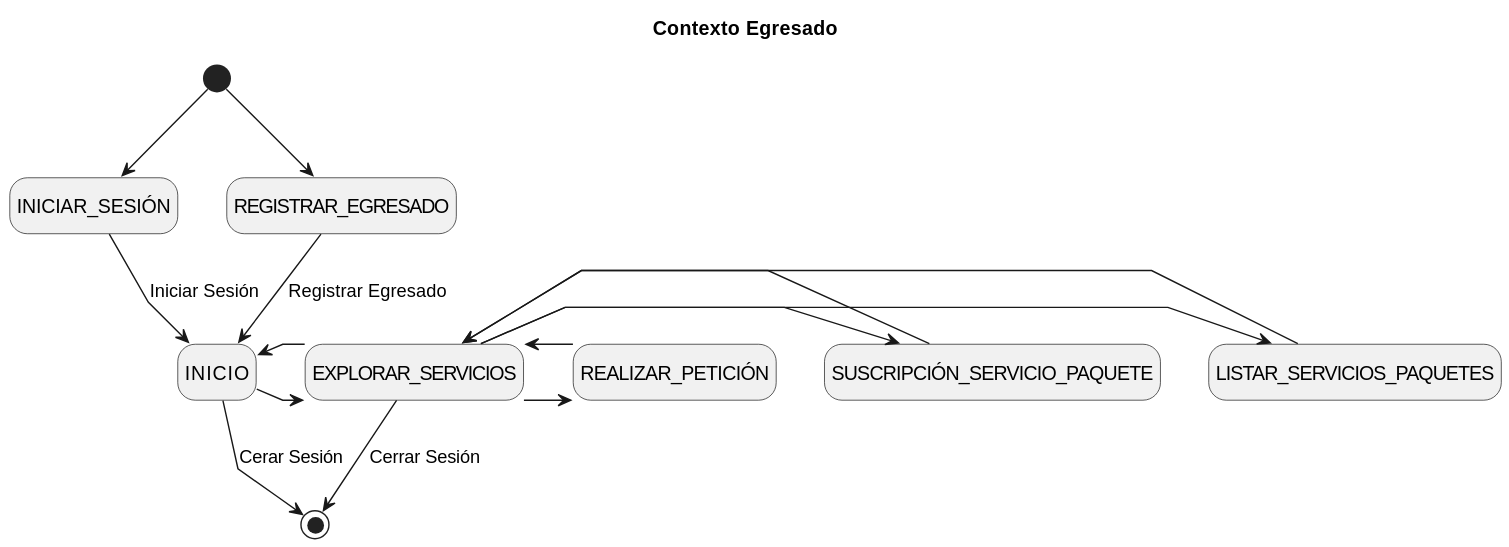
The PlantUML diagram Caso_de_Uso/Contexto/Egresado/Explorar_Servicios/Contexto.svg in mmasias/23-24-IdSw1-SDR, before a commit.
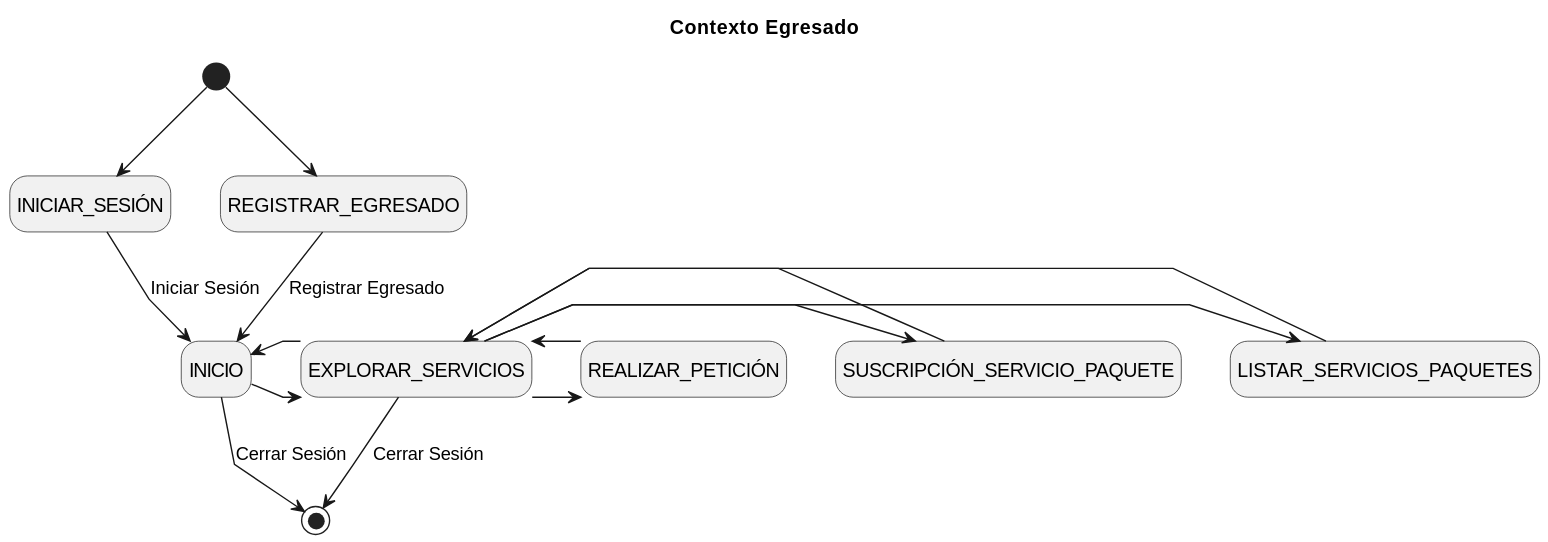
After the change.

Change to the diagram source:
```diff
@@ -25,6 +25,6 @@
 EXPLORAR_SERVICIOS <- REALIZAR_PETICIÓN
 
 EXPLORAR_SERVICIOS -> [*] : Cerrar Sesión
-INICIO --> [*] : Cerar Sesión
+INICIO --> [*] : Cerrar Sesión
 
 @enduml
```
